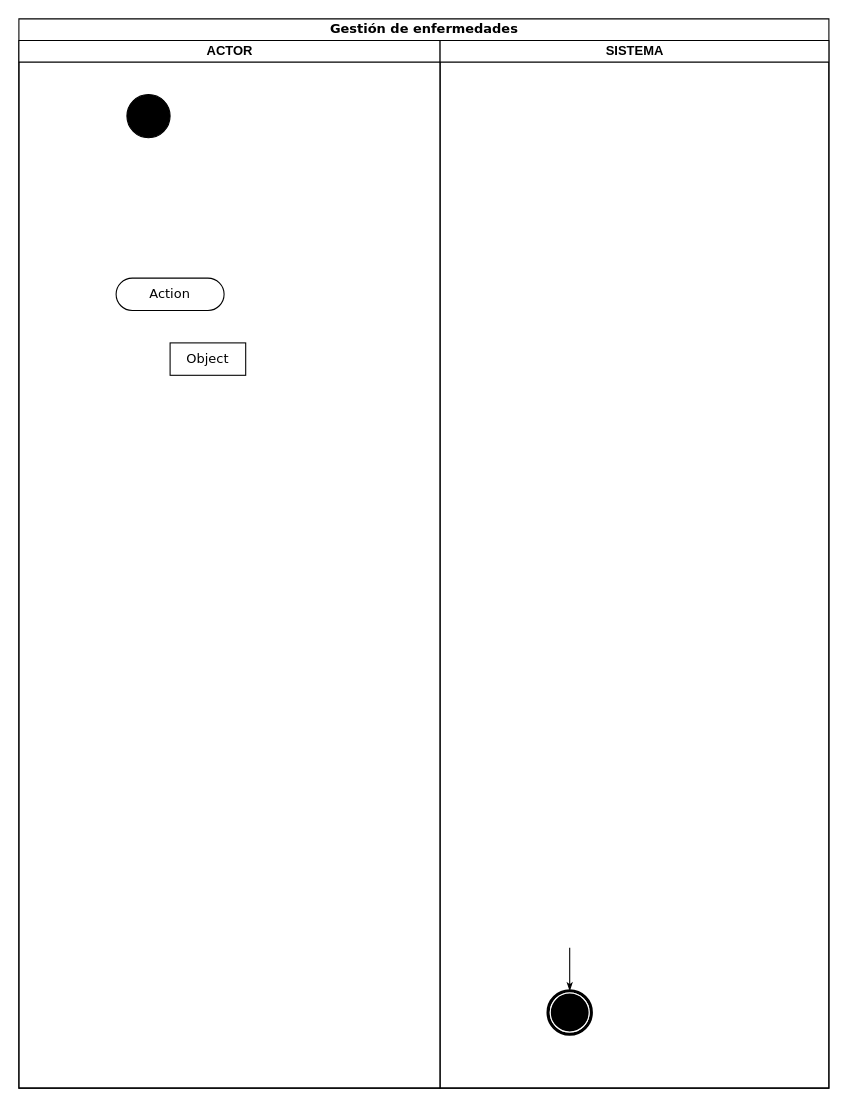
Above: page "GE" (1 of 3) of MET/Gestion de enfermedades.drawio in NeutronBlast/IS-Ex (draw.io), before the change. Source tidied: cells renumbered, new cells numbered last; positions are measured from the earlier drawing's top-left corner, leaving out a move shared by most shapes. Both pictures are drawn from the tidied source at 108%, with x=0, y=0 at pixel (18, 18).
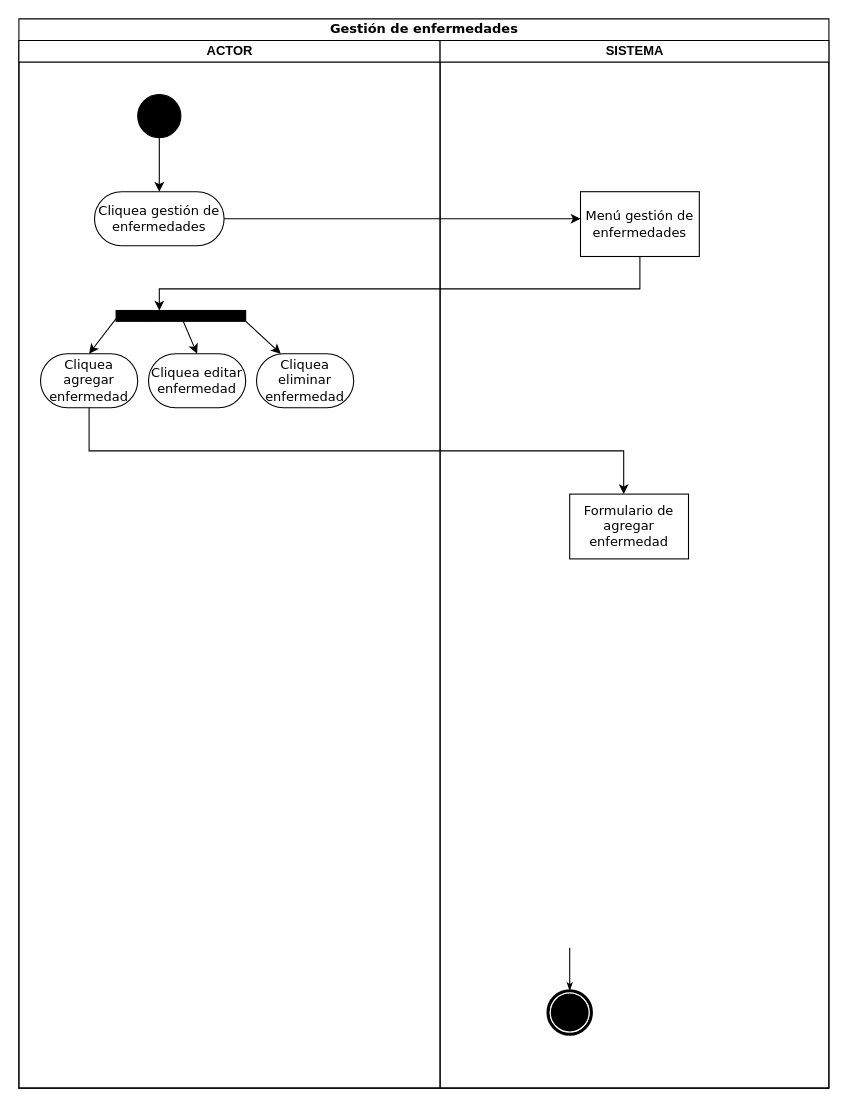
The same page after the edit.

The change refers to these unchanged cells:
```xml
<mxCell id="3" value="ACTOR" style="swimlane;html=1;startSize=20;" parent="2" vertex="1">
  <mxGeometry y="20" width="390" height="970" as="geometry" />
</mxCell>
<mxCell id="7" value="SISTEMA" style="swimlane;html=1;startSize=20;" parent="2" vertex="1">
  <mxGeometry x="390" y="20" width="360" height="970" as="geometry" />
</mxCell>
```

Diff of the diagram source:
```diff
@@
-    <mxCell id="4" value="Action" style="rounded=1;whiteSpace=wrap;html=1;shadow=0;comic=0;labelBackgroundColor=none;strokeWidth=1;fontFamily=Verdana;fontSize=12;align=center;arcSize=50;" parent="3" vertex="1">
-      <mxGeometry x="90" y="220" width="100" height="30" as="geometry" />
+    <mxCell id="4" value="Cliquea gestión de enfermedades" style="rounded=1;whiteSpace=wrap;html=1;shadow=0;comic=0;labelBackgroundColor=none;strokeWidth=1;fontFamily=Verdana;fontSize=12;align=center;arcSize=50;" parent="3" vertex="1">
+      <mxGeometry x="70" y="140" width="120" height="50" as="geometry" />
     </mxCell>
-    <mxCell id="5" value="Object" style="rounded=0;whiteSpace=wrap;html=1;shadow=0;comic=0;labelBackgroundColor=none;strokeWidth=1;fontFamily=Verdana;fontSize=12;align=center;arcSize=50;" parent="3" vertex="1">
-      <mxGeometry x="140" y="280" width="70" height="30" as="geometry" />
-    </mxCell>
+    <mxCell id="10" style="edgeStyle=orthogonalEdgeStyle;rounded=0;jettySize=auto;html=1;entryX=0.5;entryY=0;entryDx=0;entryDy=0;" parent="3" edge="1" source="6" target="4">
+      <mxGeometry relative="1" as="geometry" />
+    </mxCell>
     <mxCell id="6" style="ellipse;whiteSpace=wrap;html=1;rounded=0;shadow=0;comic=0;labelBackgroundColor=none;strokeWidth=1;fillColor=#000000;fontFamily=Verdana;fontSize=12;align=center;" parent="3" vertex="1">
-      <mxGeometry x="100" y="50" width="40" height="40" as="geometry" />
+      <mxGeometry x="110" y="50" width="40" height="40" as="geometry" />
     </mxCell>
+    <mxCell id="11" style="rounded=0;whiteSpace=wrap;html=1;fillColor=#000000;" parent="3" vertex="1">
+      <mxGeometry x="90" y="250" width="120" height="10" as="geometry" />
+    </mxCell>
+    <mxCell id="12" value="Cliquea agregar enfermedad" style="rounded=1;whiteSpace=wrap;html=1;shadow=0;comic=0;labelBackgroundColor=none;strokeWidth=1;fontFamily=Verdana;fontSize=12;align=center;arcSize=50;" parent="3" vertex="1">
+      <mxGeometry x="20" y="290" width="90" height="50" as="geometry" />
+    </mxCell>
+    <mxCell id="13" value="Cliquea editar enfermedad" style="rounded=1;whiteSpace=wrap;html=1;shadow=0;comic=0;labelBackgroundColor=none;strokeWidth=1;fontFamily=Verdana;fontSize=12;align=center;arcSize=50;" parent="3" vertex="1">
+      <mxGeometry x="120" y="290" width="90" height="50" as="geometry" />
+    </mxCell>
+    <mxCell id="14" style="edgeStyle=none;rounded=0;jettySize=auto;html=1;entryX=0.5;entryY=0;entryDx=0;entryDy=0;" parent="3" edge="1" source="11" target="13">
+      <mxGeometry relative="1" as="geometry" />
+    </mxCell>
+    <mxCell id="15" value="Cliquea eliminar enfermedad" style="rounded=1;whiteSpace=wrap;html=1;shadow=0;comic=0;labelBackgroundColor=none;strokeWidth=1;fontFamily=Verdana;fontSize=12;align=center;arcSize=50;" parent="3" vertex="1">
+      <mxGeometry x="220" y="290" width="90" height="50" as="geometry" />
+    </mxCell>
+    <mxCell id="16" style="edgeStyle=none;rounded=0;jettySize=auto;html=1;exitX=1;exitY=1;exitDx=0;exitDy=0;entryX=0.25;entryY=0;entryDx=0;entryDy=0;" parent="3" edge="1" source="11" target="15">
+      <mxGeometry relative="1" as="geometry" />
+    </mxCell>
+    <mxCell id="17" style="rounded=0;jettySize=auto;html=1;exitX=0;exitY=0.75;exitDx=0;exitDy=0;entryX=0.5;entryY=0;entryDx=0;entryDy=0;" parent="3" edge="1" source="11" target="12">
+      <mxGeometry relative="1" as="geometry" />
+    </mxCell>
+    <mxCell id="18" style="edgeStyle=none;rounded=0;orthogonalLoop=1;jettySize=auto;html=1;exitX=0.75;exitY=1;exitDx=0;exitDy=0;" parent="3" edge="1" source="15" target="15">
+      <mxGeometry relative="1" as="geometry" />
+    </mxCell>
+    <mxCell id="19" style="edgeStyle=none;rounded=0;orthogonalLoop=1;jettySize=auto;html=1;exitX=0.25;exitY=1;exitDx=0;exitDy=0;entryX=0.25;entryY=0;entryDx=0;entryDy=0;" parent="3" edge="1" source="11" target="11">
+      <mxGeometry relative="1" as="geometry" />
+    </mxCell>
@@
+    <mxCell id="5" value="Menú gestión de enfermedades" style="rounded=0;whiteSpace=wrap;html=1;shadow=0;comic=0;labelBackgroundColor=none;strokeWidth=1;fontFamily=Verdana;fontSize=12;align=center;arcSize=50;" parent="7" vertex="1">
+      <mxGeometry x="130" y="140" width="110" height="60" as="geometry" />
+    </mxCell>
+    <mxCell id="20" value="Formulario de agregar enfermedad" style="rounded=0;whiteSpace=wrap;html=1;shadow=0;comic=0;labelBackgroundColor=none;strokeWidth=1;fontFamily=Verdana;fontSize=12;align=center;arcSize=50;" parent="7" vertex="1">
+      <mxGeometry x="120" y="420" width="110" height="60" as="geometry" />
+    </mxCell>
+    <mxCell id="21" style="edgeStyle=orthogonalEdgeStyle;rounded=0;jettySize=auto;html=1;" parent="1" edge="1" source="4">
+      <mxGeometry relative="1" as="geometry">
+        <mxPoint x="520" y="185" as="targetPoint" />
+      </mxGeometry>
+    </mxCell>
+    <mxCell id="22" style="edgeStyle=orthogonalEdgeStyle;rounded=0;jettySize=auto;html=1;" parent="1" edge="1" source="5">
+      <mxGeometry relative="1" as="geometry">
+        <mxPoint x="130" y="270" as="targetPoint" />
+        <Array as="points">
+          <mxPoint x="575" y="250" />
+          <mxPoint x="130" y="250" />
+        </Array>
+      </mxGeometry>
+    </mxCell>
+    <mxCell id="23" style="edgeStyle=orthogonalEdgeStyle;rounded=0;jettySize=auto;html=1;" parent="1" edge="1" source="12">
+      <mxGeometry relative="1" as="geometry">
+        <mxPoint x="560" y="440" as="targetPoint" />
+        <Array as="points">
+          <mxPoint x="65" y="400" />
+          <mxPoint x="560" y="400" />
+        </Array>
+      </mxGeometry>
+    </mxCell>
```
